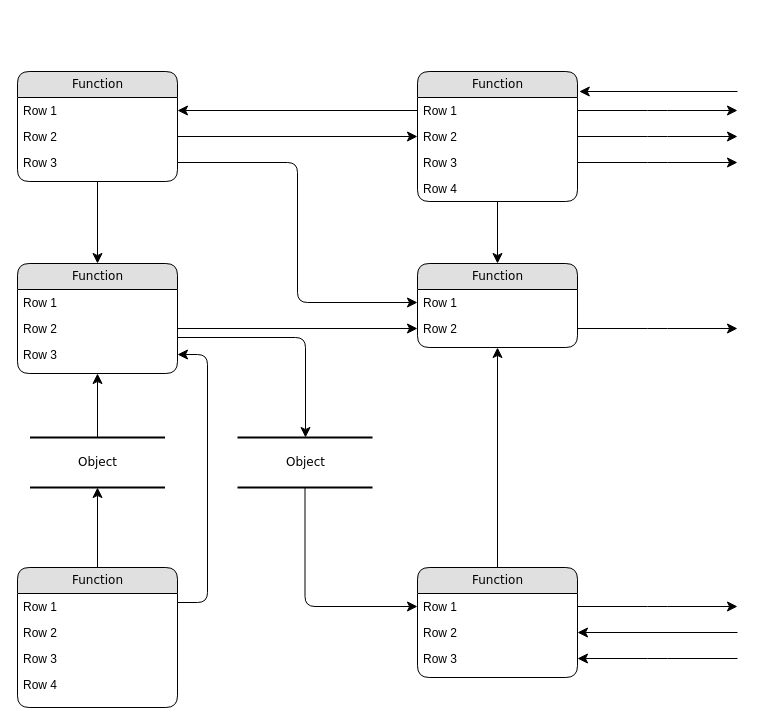
Above: Untitled Diagram.drawio in sarthak71/pei-interview-project (draw.io), before the change. Source tidied: cells renumbered, new cells numbered last; positions are measured from the earlier drawing's top-left corner, leaving out a move shared by most shapes. Both pictures are drawn from the tidied source at 100%, with x=0, y=0 at pixel (17, 71).
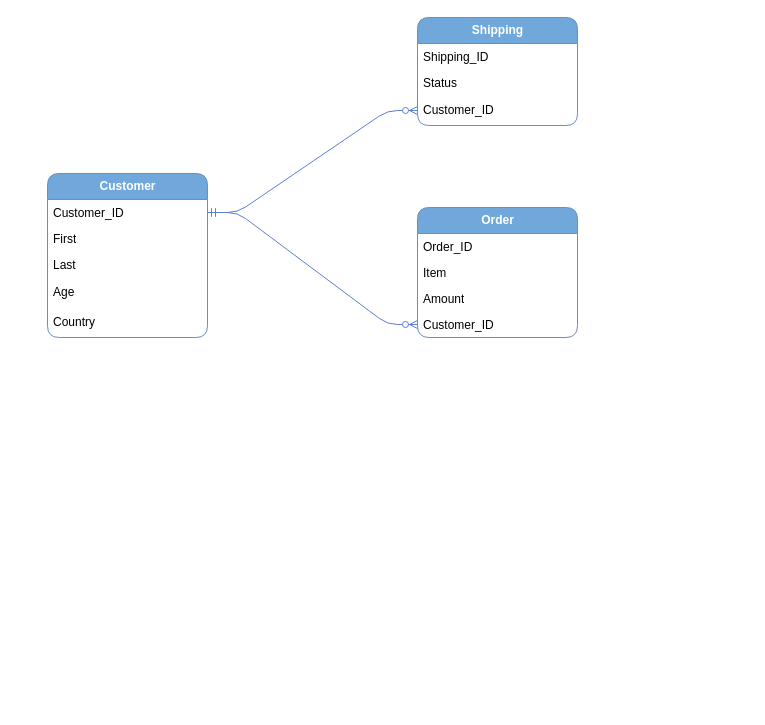
The same diagram, later.

Commit message:
Completed ER Diagram

What changed in the source:
```diff
@@
-    <mxCell id="2" value="Object" style="html=1;rounded=0;shadow=0;comic=0;labelBackgroundColor=none;strokeWidth=2;fontFamily=Verdana;fontSize=12;align=center;shape=mxgraph.ios7ui.horLines;" parent="1" vertex="1">
-      <mxGeometry x="12.5" y="366" width="135" height="50" as="geometry" />
-    </mxCell>
-    <mxCell id="3" value="Function" style="swimlane;html=1;fontStyle=0;horizontal=1;startSize=26;fillColor=#e0e0e0;swimlaneFillColor=#ffffff;align=center;rounded=1;shadow=0;comic=0;labelBackgroundColor=none;strokeWidth=1;fontFamily=Verdana;fontSize=12;" parent="1" vertex="1">
-      <mxGeometry width="160" height="110" as="geometry" />
+    <mxCell id="3" value="Customer" style="swimlane;html=1;fontStyle=1;horizontal=1;startSize=26;fillColor=#70a8db;swimlaneFillColor=#ffffff;align=center;rounded=1;shadow=0;comic=0;labelBackgroundColor=none;strokeWidth=1;fontFamily=Calibri;fontSize=12;fillStyle=solid;strokeColor=#6c8ebf;verticalAlign=middle;fontColor=#ffffff;gradientColor=none;" parent="1" vertex="1">
+      <mxGeometry x="30" y="102" width="160" height="164" as="geometry" />
     </mxCell>
-    <mxCell id="4" value="Row 1" style="text;html=1;strokeColor=none;fillColor=none;spacingLeft=4;spacingRight=4;whiteSpace=wrap;overflow=hidden;points=[[0,0.5],[1,0.5]];portConstraint=eastwest;" parent="3" vertex="1">
+    <mxCell id="4" value="Customer_ID" style="text;html=1;strokeColor=none;fillColor=none;spacingLeft=4;spacingRight=4;whiteSpace=wrap;overflow=hidden;points=[[0,0.5],[1,0.5]];portConstraint=eastwest;rounded=1;fontFamily=Calibri;fontSize=12;fontColor=default;fontStyle=0;labelBackgroundColor=none;" parent="3" vertex="1">
       <mxGeometry y="26" width="160" height="26" as="geometry" />
     </mxCell>
-    <mxCell id="5" value="Row 2" style="text;html=1;strokeColor=none;fillColor=none;spacingLeft=4;spacingRight=4;whiteSpace=wrap;overflow=hidden;points=[[0,0.5],[1,0.5]];portConstraint=eastwest;" parent="3" vertex="1">
+    <mxCell id="5" value="First" style="text;html=1;strokeColor=none;fillColor=none;spacingLeft=4;spacingRight=4;whiteSpace=wrap;overflow=hidden;points=[[0,0.5],[1,0.5]];portConstraint=eastwest;rounded=1;fontFamily=Calibri;fontSize=12;fontColor=default;fontStyle=0;labelBackgroundColor=none;" parent="3" vertex="1">
       <mxGeometry y="52" width="160" height="26" as="geometry" />
     </mxCell>
-    <mxCell id="6" value="Row 3" style="text;html=1;strokeColor=none;fillColor=none;spacingLeft=4;spacingRight=4;whiteSpace=wrap;overflow=hidden;points=[[0,0.5],[1,0.5]];portConstraint=eastwest;" parent="3" vertex="1">
+    <mxCell id="6" value="Last" style="text;html=1;strokeColor=none;fillColor=none;spacingLeft=4;spacingRight=4;whiteSpace=wrap;overflow=hidden;points=[[0,0.5],[1,0.5]];portConstraint=eastwest;rounded=1;fontFamily=Calibri;fontSize=12;fontColor=default;fontStyle=0;labelBackgroundColor=none;" parent="3" vertex="1">
       <mxGeometry y="78" width="160" height="26" as="geometry" />
     </mxCell>
+    <mxCell id="49" value="Age" style="text;strokeColor=none;fillColor=none;align=left;verticalAlign=middle;spacingLeft=4;spacingRight=4;overflow=hidden;whiteSpace=wrap;html=1;rounded=1;fontFamily=Calibri;fontSize=12;fontColor=default;fontStyle=0;labelBackgroundColor=none;" parent="3" vertex="1">
+      <mxGeometry y="104" width="160" height="30" as="geometry" />
+    </mxCell>
+    <mxCell id="50" value="Country" style="text;strokeColor=none;fillColor=none;align=left;verticalAlign=middle;spacingLeft=4;spacingRight=4;overflow=hidden;whiteSpace=wrap;html=1;rounded=1;fontFamily=Calibri;fontSize=12;fontColor=default;fontStyle=0;labelBackgroundColor=none;" parent="3" vertex="1">
+      <mxGeometry y="134" width="160" height="30" as="geometry" />
+    </mxCell>
-    <mxCell id="7" value="Function" style="swimlane;html=1;fontStyle=0;horizontal=1;startSize=26;fillColor=#e0e0e0;swimlaneFillColor=#ffffff;align=center;rounded=1;shadow=0;comic=0;labelBackgroundColor=none;strokeWidth=1;fontFamily=Verdana;fontSize=12;" parent="1" vertex="1">
-      <mxGeometry x="400" width="160" height="130" as="geometry" />
+    <mxCell id="7" value="Order" style="swimlane;html=1;fontStyle=1;horizontal=1;startSize=26;fillColor=#70a8db;swimlaneFillColor=#ffffff;align=center;rounded=1;shadow=0;comic=0;labelBackgroundColor=none;strokeWidth=1;fontFamily=Calibri;fontSize=12;fillStyle=solid;strokeColor=#6c8ebf;verticalAlign=middle;fontColor=#ffffff;gradientColor=none;" parent="1" vertex="1">
+      <mxGeometry x="400" y="136" width="160" height="130" as="geometry" />
     </mxCell>
-    <mxCell id="8" value="Row 1" style="text;html=1;strokeColor=none;fillColor=none;spacingLeft=4;spacingRight=4;whiteSpace=wrap;overflow=hidden;points=[[0,0.5],[1,0.5]];portConstraint=eastwest;" parent="7" vertex="1">
+    <mxCell id="8" value="Order_ID" style="text;html=1;strokeColor=none;fillColor=none;spacingLeft=4;spacingRight=4;whiteSpace=wrap;overflow=hidden;points=[[0,0.5],[1,0.5]];portConstraint=eastwest;rounded=1;fontFamily=Calibri;fontSize=12;fontColor=default;fontStyle=0;labelBackgroundColor=none;" parent="7" vertex="1">
       <mxGeometry y="26" width="160" height="26" as="geometry" />
     </mxCell>
-    <mxCell id="9" value="Row 2" style="text;html=1;strokeColor=none;fillColor=none;spacingLeft=4;spacingRight=4;whiteSpace=wrap;overflow=hidden;points=[[0,0.5],[1,0.5]];portConstraint=eastwest;" parent="7" vertex="1">
+    <mxCell id="9" value="Item" style="text;html=1;strokeColor=none;fillColor=none;spacingLeft=4;spacingRight=4;whiteSpace=wrap;overflow=hidden;points=[[0,0.5],[1,0.5]];portConstraint=eastwest;rounded=1;fontFamily=Calibri;fontSize=12;fontColor=default;fontStyle=0;labelBackgroundColor=none;" parent="7" vertex="1">
       <mxGeometry y="52" width="160" height="26" as="geometry" />
     </mxCell>
-    <mxCell id="10" value="Row 3" style="text;html=1;strokeColor=none;fillColor=none;spacingLeft=4;spacingRight=4;whiteSpace=wrap;overflow=hidden;points=[[0,0.5],[1,0.5]];portConstraint=eastwest;" parent="7" vertex="1">
+    <mxCell id="10" value="Amount" style="text;html=1;strokeColor=none;fillColor=none;spacingLeft=4;spacingRight=4;whiteSpace=wrap;overflow=hidden;points=[[0,0.5],[1,0.5]];portConstraint=eastwest;rounded=1;fontFamily=Calibri;fontSize=12;fontColor=default;fontStyle=0;labelBackgroundColor=none;" parent="7" vertex="1">
       <mxGeometry y="78" width="160" height="26" as="geometry" />
     </mxCell>
-    <mxCell id="11" value="Row 4" style="text;html=1;strokeColor=none;fillColor=none;spacingLeft=4;spacingRight=4;whiteSpace=wrap;overflow=hidden;points=[[0,0.5],[1,0.5]];portConstraint=eastwest;" parent="7" vertex="1">
+    <mxCell id="11" value="Customer_ID" style="text;html=1;strokeColor=none;fillColor=none;spacingLeft=4;spacingRight=4;whiteSpace=wrap;overflow=hidden;points=[[0,0.5],[1,0.5]];portConstraint=eastwest;rounded=1;fontFamily=Calibri;fontSize=12;fontColor=default;fontStyle=0;labelBackgroundColor=none;" parent="7" vertex="1">
       <mxGeometry y="104" width="160" height="26" as="geometry" />
     </mxCell>
-    <mxCell id="12" value="Function" style="swimlane;html=1;fontStyle=0;horizontal=1;startSize=26;fillColor=#e0e0e0;swimlaneFillColor=#ffffff;align=center;rounded=1;shadow=0;comic=0;labelBackgroundColor=none;strokeWidth=1;fontFamily=Verdana;fontSize=12;" parent="1" vertex="1">
-      <mxGeometry y="192" width="160" height="110" as="geometry" />
-    </mxCell>
-    <mxCell id="13" value="Row 1" style="text;html=1;strokeColor=none;fillColor=none;spacingLeft=4;spacingRight=4;whiteSpace=wrap;overflow=hidden;" parent="12" vertex="1">
-      <mxGeometry y="26" width="160" height="26" as="geometry" />
-    </mxCell>
-    <mxCell id="14" value="Row 2" style="text;html=1;strokeColor=none;fillColor=none;spacingLeft=4;spacingRight=4;whiteSpace=wrap;overflow=hidden;points=[[0,0.5],[1,0.5]];portConstraint=eastwest;" parent="12" vertex="1">
-      <mxGeometry y="52" width="160" height="26" as="geometry" />
-    </mxCell>
-    <mxCell id="15" value="Row 3" style="text;html=1;strokeColor=none;fillColor=none;spacingLeft=4;spacingRight=4;whiteSpace=wrap;overflow=hidden;points=[[0,0.5],[1,0.5]];portConstraint=eastwest;" parent="12" vertex="1">
-      <mxGeometry y="78" width="160" height="26" as="geometry" />
-    </mxCell>
-    <mxCell id="16" value="Function" style="swimlane;html=1;fontStyle=0;horizontal=1;startSize=26;fillColor=#e0e0e0;swimlaneFillColor=#ffffff;align=center;rounded=1;shadow=0;comic=0;labelBackgroundColor=none;strokeWidth=1;fontFamily=Verdana;fontSize=12;" parent="1" vertex="1">
-      <mxGeometry y="496" width="160" height="140" as="geometry" />
-    </mxCell>
-    <mxCell id="17" value="Row 1" style="text;html=1;strokeColor=none;fillColor=none;spacingLeft=4;spacingRight=4;whiteSpace=wrap;overflow=hidden;" parent="16" vertex="1">
-      <mxGeometry y="26" width="160" height="26" as="geometry" />
-    </mxCell>
-    <mxCell id="18" value="Row 2" style="text;html=1;strokeColor=none;fillColor=none;spacingLeft=4;spacingRight=4;whiteSpace=wrap;overflow=hidden;" parent="16" vertex="1">
-      <mxGeometry y="52" width="160" height="26" as="geometry" />
-    </mxCell>
-    <mxCell id="19" value="Row 3" style="text;html=1;strokeColor=none;fillColor=none;spacingLeft=4;spacingRight=4;whiteSpace=wrap;overflow=hidden;" parent="16" vertex="1">
-      <mxGeometry y="78" width="160" height="26" as="geometry" />
-    </mxCell>
-    <mxCell id="20" value="Row 4" style="text;html=1;strokeColor=none;fillColor=none;spacingLeft=4;spacingRight=4;whiteSpace=wrap;overflow=hidden;" parent="16" vertex="1">
-      <mxGeometry y="104" width="160" height="26" as="geometry" />
-    </mxCell>
-    <mxCell id="21" value="Function" style="swimlane;html=1;fontStyle=0;horizontal=1;startSize=26;fillColor=#e0e0e0;swimlaneFillColor=#ffffff;align=center;rounded=1;shadow=0;comic=0;labelBackgroundColor=none;strokeWidth=1;fontFamily=Verdana;fontSize=12;" parent="1" vertex="1">
-      <mxGeometry x="400" y="192" width="160" height="84" as="geometry" />
+    <mxCell id="21" value="Shipping" style="swimlane;html=1;fontStyle=1;horizontal=1;startSize=26;fillColor=#70a8db;swimlaneFillColor=#ffffff;align=center;rounded=1;shadow=0;comic=0;labelBackgroundColor=none;strokeWidth=1;fontFamily=Calibri;fontSize=12;strokeColor=#6c8ebf;fillStyle=solid;gradientColor=none;fontColor=#ffffff;" parent="1" vertex="1">
+      <mxGeometry x="400" y="-54" width="160" height="108" as="geometry" />
     </mxCell>
-    <mxCell id="22" value="Row 1" style="text;html=1;strokeColor=none;fillColor=none;spacingLeft=4;spacingRight=4;whiteSpace=wrap;overflow=hidden;points=[[0,0.5],[1,0.5]];portConstraint=eastwest;" parent="21" vertex="1">
+    <mxCell id="22" value="Shipping_ID" style="text;html=1;strokeColor=none;fillColor=none;spacingLeft=4;spacingRight=4;whiteSpace=wrap;overflow=hidden;points=[[0,0.5],[1,0.5]];portConstraint=eastwest;rounded=1;fontFamily=Calibri;" parent="21" vertex="1">
       <mxGeometry y="26" width="160" height="26" as="geometry" />
     </mxCell>
-    <mxCell id="23" value="Row 2" style="text;html=1;strokeColor=none;fillColor=none;spacingLeft=4;spacingRight=4;whiteSpace=wrap;overflow=hidden;points=[[0,0.5],[1,0.5]];portConstraint=eastwest;" parent="21" vertex="1">
+    <mxCell id="23" value="Status" style="text;html=1;strokeColor=none;fillColor=none;spacingLeft=4;spacingRight=4;whiteSpace=wrap;overflow=hidden;points=[[0,0.5],[1,0.5]];portConstraint=eastwest;rounded=1;fontFamily=Calibri;" parent="21" vertex="1">
       <mxGeometry y="52" width="160" height="26" as="geometry" />
     </mxCell>
-    <mxCell id="24" value="Function" style="swimlane;html=1;fontStyle=0;horizontal=1;startSize=26;fillColor=#e0e0e0;swimlaneFillColor=#ffffff;align=center;rounded=1;shadow=0;comic=0;labelBackgroundColor=none;strokeWidth=1;fontFamily=Verdana;fontSize=12;" parent="1" vertex="1">
-      <mxGeometry x="400" y="496" width="160" height="110" as="geometry" />
-    </mxCell>
-    <mxCell id="25" value="Row 1" style="text;html=1;strokeColor=none;fillColor=none;spacingLeft=4;spacingRight=4;whiteSpace=wrap;overflow=hidden;points=[[0,0.5],[1,0.5]];portConstraint=eastwest;" parent="24" vertex="1">
-      <mxGeometry y="26" width="160" height="26" as="geometry" />
-    </mxCell>
-    <mxCell id="26" value="Row 2" style="text;html=1;strokeColor=none;fillColor=none;spacingLeft=4;spacingRight=4;whiteSpace=wrap;overflow=hidden;points=[[0,0.5],[1,0.5]];portConstraint=eastwest;" parent="24" vertex="1">
-      <mxGeometry y="52" width="160" height="26" as="geometry" />
-    </mxCell>
-    <mxCell id="27" value="Row 3" style="text;html=1;strokeColor=none;fillColor=none;spacingLeft=4;spacingRight=4;whiteSpace=wrap;overflow=hidden;points=[[0,0.5],[1,0.5]];portConstraint=eastwest;" parent="24" vertex="1">
-      <mxGeometry y="78" width="160" height="26" as="geometry" />
-    </mxCell>
-    <mxCell id="28" value="Object" style="html=1;rounded=0;shadow=0;comic=0;labelBackgroundColor=none;strokeWidth=2;fontFamily=Verdana;fontSize=12;align=center;shape=mxgraph.ios7ui.horLines;" parent="1" vertex="1">
-      <mxGeometry x="220" y="366" width="135" height="50" as="geometry" />
-    </mxCell>
-    <mxCell id="29" style="edgeStyle=none;html=1;labelBackgroundColor=none;startFill=0;startSize=8;endFill=1;endSize=8;fontFamily=Verdana;fontSize=12;" parent="1" edge="1" source="16" target="2">
-      <mxGeometry relative="1" as="geometry" />
-    </mxCell>
-    <mxCell id="30" style="edgeStyle=none;html=1;labelBackgroundColor=none;startFill=0;startSize=8;endFill=1;endSize=8;fontFamily=Verdana;fontSize=12;" parent="1" edge="1" source="2" target="12">
-      <mxGeometry relative="1" as="geometry" />
-    </mxCell>
-    <mxCell id="31" style="edgeStyle=orthogonalEdgeStyle;html=1;labelBackgroundColor=none;startFill=0;startSize=8;endFill=1;endSize=8;fontFamily=Verdana;fontSize=12;exitX=1;exitY=0.25;entryX=1;entryY=0.5;" parent="1" edge="1" source="16" target="15">
-      <mxGeometry relative="1" as="geometry">
-        <Array as="points">
-          <mxPoint x="190" y="531" />
-          <mxPoint x="190" y="283" />
-        </Array>
-      </mxGeometry>
-    </mxCell>
-    <mxCell id="32" style="edgeStyle=orthogonalEdgeStyle;html=1;labelBackgroundColor=none;startFill=0;startSize=8;endFill=1;endSize=8;fontFamily=Verdana;fontSize=12;" parent="1" edge="1" source="28" target="25">
-      <mxGeometry x="-0.13" y="32" relative="1" as="geometry" />
-    </mxCell>
-    <mxCell id="33" style="edgeStyle=orthogonalEdgeStyle;html=1;labelBackgroundColor=none;startFill=0;startSize=8;endFill=1;endSize=8;fontFamily=Verdana;fontSize=12;" parent="1" edge="1" source="12" target="28">
-      <mxGeometry relative="1" as="geometry">
-        <Array as="points">
-          <mxPoint x="288" y="266" />
-        </Array>
-      </mxGeometry>
-    </mxCell>
-    <mxCell id="34" style="edgeStyle=orthogonalEdgeStyle;html=1;labelBackgroundColor=none;startFill=0;startSize=8;endFill=1;endSize=8;fontFamily=Verdana;fontSize=12;" parent="1" edge="1" source="3" target="12">
-      <mxGeometry relative="1" as="geometry" />
-    </mxCell>
-    <mxCell id="35" style="edgeStyle=orthogonalEdgeStyle;html=1;labelBackgroundColor=none;startFill=0;startSize=8;endFill=1;endSize=8;fontFamily=Verdana;fontSize=12;" parent="1" edge="1" source="24" target="21">
-      <mxGeometry relative="1" as="geometry" />
-    </mxCell>
-    <mxCell id="36" style="edgeStyle=orthogonalEdgeStyle;html=1;labelBackgroundColor=none;startFill=0;startSize=8;endFill=1;endSize=8;fontFamily=Verdana;fontSize=12;" parent="1" edge="1" source="7" target="21">
-      <mxGeometry relative="1" as="geometry" />
-    </mxCell>
-    <mxCell id="37" style="edgeStyle=orthogonalEdgeStyle;html=1;entryX=0;entryY=0.5;labelBackgroundColor=none;startFill=0;startSize=8;endFill=1;endSize=8;fontFamily=Verdana;fontSize=12;exitX=1;exitY=0.5;" parent="1" edge="1" source="5" target="9">
-      <mxGeometry relative="1" as="geometry" />
-    </mxCell>
-    <mxCell id="38" style="edgeStyle=orthogonalEdgeStyle;html=1;exitX=0;exitY=0.5;entryX=1;entryY=0.5;labelBackgroundColor=none;startFill=0;startSize=8;endFill=1;endSize=8;fontFamily=Verdana;fontSize=12;" parent="1" edge="1" source="8" target="4">
-      <mxGeometry relative="1" as="geometry" />
-    </mxCell>
-    <mxCell id="39" style="edgeStyle=orthogonalEdgeStyle;html=1;exitX=1;exitY=0.5;entryX=0;entryY=0.5;labelBackgroundColor=none;startFill=0;startSize=8;endFill=1;endSize=8;fontFamily=Verdana;fontSize=12;" parent="1" edge="1" source="6" target="22">
-      <mxGeometry relative="1" as="geometry" />
-    </mxCell>
-    <mxCell id="40" style="edgeStyle=orthogonalEdgeStyle;html=1;exitX=1;exitY=0.5;entryX=0;entryY=0.5;labelBackgroundColor=none;startFill=0;startSize=8;endFill=1;endSize=8;fontFamily=Verdana;fontSize=12;" parent="1" edge="1" source="14" target="23">
-      <mxGeometry relative="1" as="geometry" />
-    </mxCell>
-    <mxCell id="41" style="edgeStyle=orthogonalEdgeStyle;html=1;labelBackgroundColor=none;startFill=0;startSize=8;endFill=1;endSize=8;fontFamily=Verdana;fontSize=12;" parent="1" edge="1" source="23">
-      <mxGeometry relative="1" as="geometry">
-        <mxPoint x="720" y="257" as="targetPoint" />
-      </mxGeometry>
-    </mxCell>
-    <mxCell id="42" style="edgeStyle=orthogonalEdgeStyle;html=1;exitX=1;exitY=0.5;labelBackgroundColor=none;startFill=0;startSize=8;endFill=1;endSize=8;fontFamily=Verdana;fontSize=12;" parent="1" edge="1" source="25">
-      <mxGeometry relative="1" as="geometry">
-        <mxPoint x="720" y="535" as="targetPoint" />
-      </mxGeometry>
-    </mxCell>
-    <mxCell id="43" style="edgeStyle=orthogonalEdgeStyle;html=1;labelBackgroundColor=none;startFill=0;startSize=8;endFill=1;endSize=8;fontFamily=Verdana;fontSize=12;entryX=1;entryY=0.5;" parent="1" edge="1" target="26">
-      <mxGeometry relative="1" as="geometry">
-        <mxPoint x="720" y="561" as="sourcePoint" />
-        <Array as="points">
-          <mxPoint x="720" y="561" />
-        </Array>
-      </mxGeometry>
-    </mxCell>
-    <mxCell id="44" style="edgeStyle=orthogonalEdgeStyle;html=1;labelBackgroundColor=none;startFill=0;startSize=8;endFill=1;endSize=8;fontFamily=Verdana;fontSize=12;entryX=1;entryY=0.5;" parent="1" edge="1" target="27">
-      <mxGeometry relative="1" as="geometry">
-        <mxPoint x="720" y="587" as="sourcePoint" />
-        <Array as="points">
-          <mxPoint x="640" y="587" />
-          <mxPoint x="640" y="587" />
-        </Array>
-      </mxGeometry>
-    </mxCell>
-    <mxCell id="45" style="edgeStyle=orthogonalEdgeStyle;html=1;exitX=1;exitY=0.5;labelBackgroundColor=none;startFill=0;startSize=8;endFill=1;endSize=8;fontFamily=Verdana;fontSize=12;" parent="1" edge="1" source="8">
-      <mxGeometry relative="1" as="geometry">
-        <mxPoint x="720" y="39" as="targetPoint" />
-      </mxGeometry>
-    </mxCell>
-    <mxCell id="46" style="edgeStyle=orthogonalEdgeStyle;html=1;exitX=1;exitY=0.5;labelBackgroundColor=none;startFill=0;startSize=8;endFill=1;endSize=8;fontFamily=Verdana;fontSize=12;" parent="1" edge="1" source="9">
-      <mxGeometry relative="1" as="geometry">
-        <mxPoint x="720" y="65" as="targetPoint" />
-      </mxGeometry>
-    </mxCell>
-    <mxCell id="47" style="edgeStyle=orthogonalEdgeStyle;html=1;exitX=1;exitY=0.5;labelBackgroundColor=none;startFill=0;startSize=8;endFill=1;endSize=8;fontFamily=Verdana;fontSize=12;" parent="1" edge="1" source="10">
-      <mxGeometry relative="1" as="geometry">
-        <mxPoint x="720" y="91" as="targetPoint" />
-      </mxGeometry>
-    </mxCell>
-    <mxCell id="48" style="edgeStyle=elbowEdgeStyle;html=1;labelBackgroundColor=none;startFill=0;startSize=8;endFill=1;endSize=8;fontFamily=Verdana;fontSize=12;elbow=vertical;entryX=1.011;entryY=0.152;entryPerimeter=0;" parent="1" edge="1" target="7">
-      <mxGeometry relative="1" as="geometry">
-        <mxPoint x="720" y="20" as="sourcePoint" />
-        <Array as="points">
-          <mxPoint x="650" y="20" />
-        </Array>
-      </mxGeometry>
-    </mxCell>
+    <mxCell id="51" value="Customer_ID" style="text;strokeColor=none;fillColor=none;align=left;verticalAlign=middle;spacingLeft=4;spacingRight=4;overflow=hidden;points=[[0,0.5],[1,0.5]];portConstraint=eastwest;whiteSpace=wrap;html=1;rounded=1;fontFamily=Calibri;" parent="21" vertex="1">
+      <mxGeometry y="78" width="160" height="30" as="geometry" />
+    </mxCell>
+    <mxCell id="52" style="edgeStyle=entityRelationEdgeStyle;fontSize=12;html=1;endArrow=ERzeroToMany;startArrow=ERmandOne;rounded=1;entryX=0;entryY=0.5;entryDx=0;entryDy=0;exitX=1;exitY=0.5;exitDx=0;exitDy=0;strokeColor=#5b7fd2;" parent="1" edge="1" source="4" target="51">
+      <mxGeometry relative="1" as="geometry" />
+    </mxCell>
+    <mxCell id="53" style="edgeStyle=entityRelationEdgeStyle;fontSize=12;html=1;endArrow=ERzeroToMany;startArrow=ERmandOne;rounded=1;entryX=0;entryY=0.5;entryDx=0;entryDy=0;exitX=1;exitY=0.5;exitDx=0;exitDy=0;strokeColor=#5b7fd2;align=center;verticalAlign=middle;fontFamily=Helvetica;fontColor=default;labelBackgroundColor=default;" parent="1" edge="1" source="4" target="11">
+      <mxGeometry relative="1" as="geometry" />
+    </mxCell>
```
